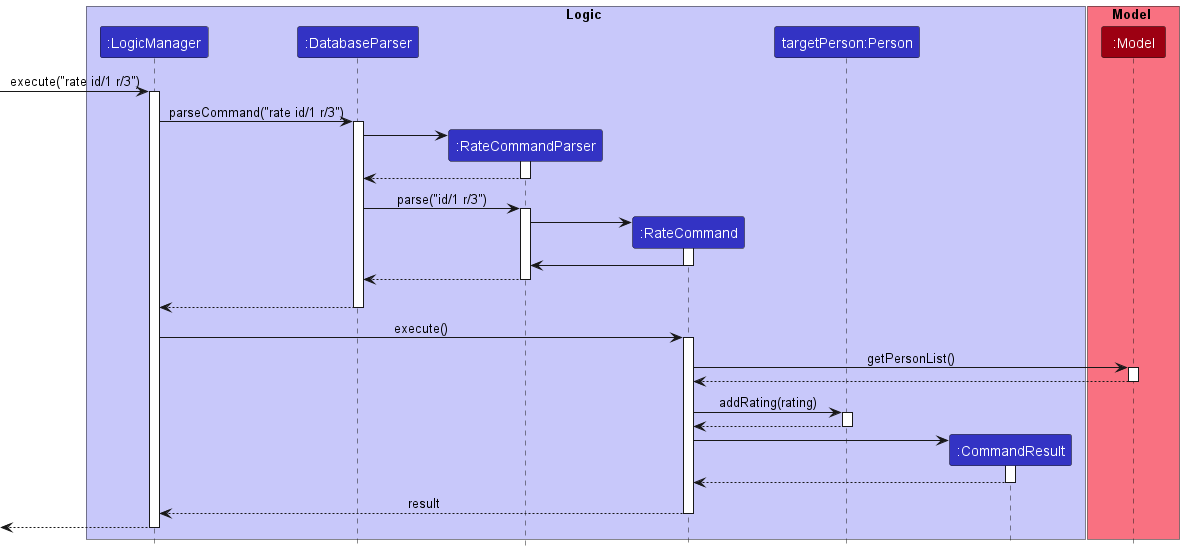
Above: docs/images/diagrams/RateCommandUML.png in nus-cs2103-AY2223S1/tp (PlantUML), before the change. The source it was exported from:
```plantuml
@startuml
!include style.puml

box Logic LOGIC_COLOR_T1
participant ":LogicManager" as LogicManager LOGIC_COLOR
participant ":DatabaseParser" as DatabaseParser LOGIC_COLOR
participant ":RateCommandParser" as RateCommandParser LOGIC_COLOR
participant ":RateCommand" as RateCommand LOGIC_COLOR
participant "targetPerson:Person" as person LOGIC_COLOR
participant ":CommandResult" as CommandResult LOGIC_COLOR
end box

box Model MODEL_COLOR_T1
participant ":Model" as Model MODEL_COLOR
end box

[-> LogicManager : execute("rate id/1 r/3")
activate LogicManager

LogicManager -> DatabaseParser : parseCommand("rate id/1 r/3")
activate DatabaseParser

create RateCommandParser
DatabaseParser -> RateCommandParser
activate RateCommandParser

RateCommandParser --> DatabaseParser
deactivate RateCommandParser

DatabaseParser -> RateCommandParser : parse("id/1 r/3")
activate RateCommandParser

create RateCommand
RateCommandParser -> RateCommand
activate RateCommand

RateCommand -> RateCommandParser
deactivate RateCommand

RateCommandParser --> DatabaseParser
deactivate RateCommandParser
RateCommandParser -[hidden]-> DatabaseParser

DatabaseParser --> LogicManager
deactivate DatabaseParser

LogicManager -> RateCommand : execute()
activate RateCommand

RateCommand -> Model : getPersonList()
activate Model

Model --> RateCommand
deactivate Model




RateCommand -> person : addRating(rating)
activate person
person --> RateCommand
deactivate person

create CommandResult
RateCommand -> CommandResult
activate CommandResult

CommandResult --> RateCommand
deactivate CommandResult

RateCommand --> LogicManager : result
deactivate RateCommand
[<--LogicManager
deactivate LogicManager
@enduml
```
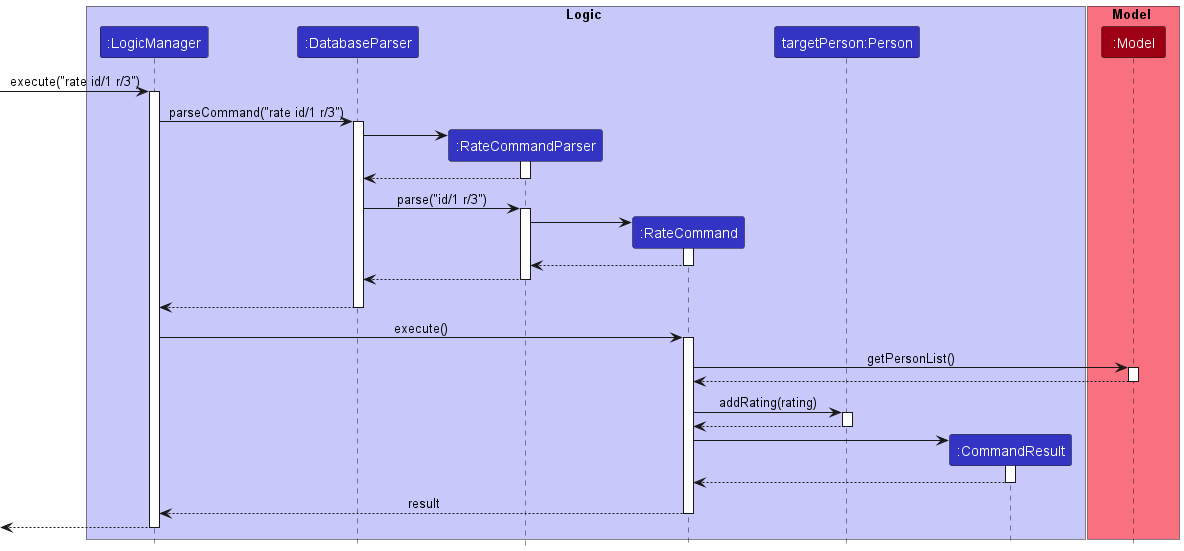
Later version of the same file.

Diff of the diagram source:
```diff
@@ -34,7 +34,7 @@
 RateCommandParser -> RateCommand
 activate RateCommand
 
-RateCommand -> RateCommandParser
+RateCommand --> RateCommandParser
 deactivate RateCommand
 
 RateCommandParser --> DatabaseParser
```
